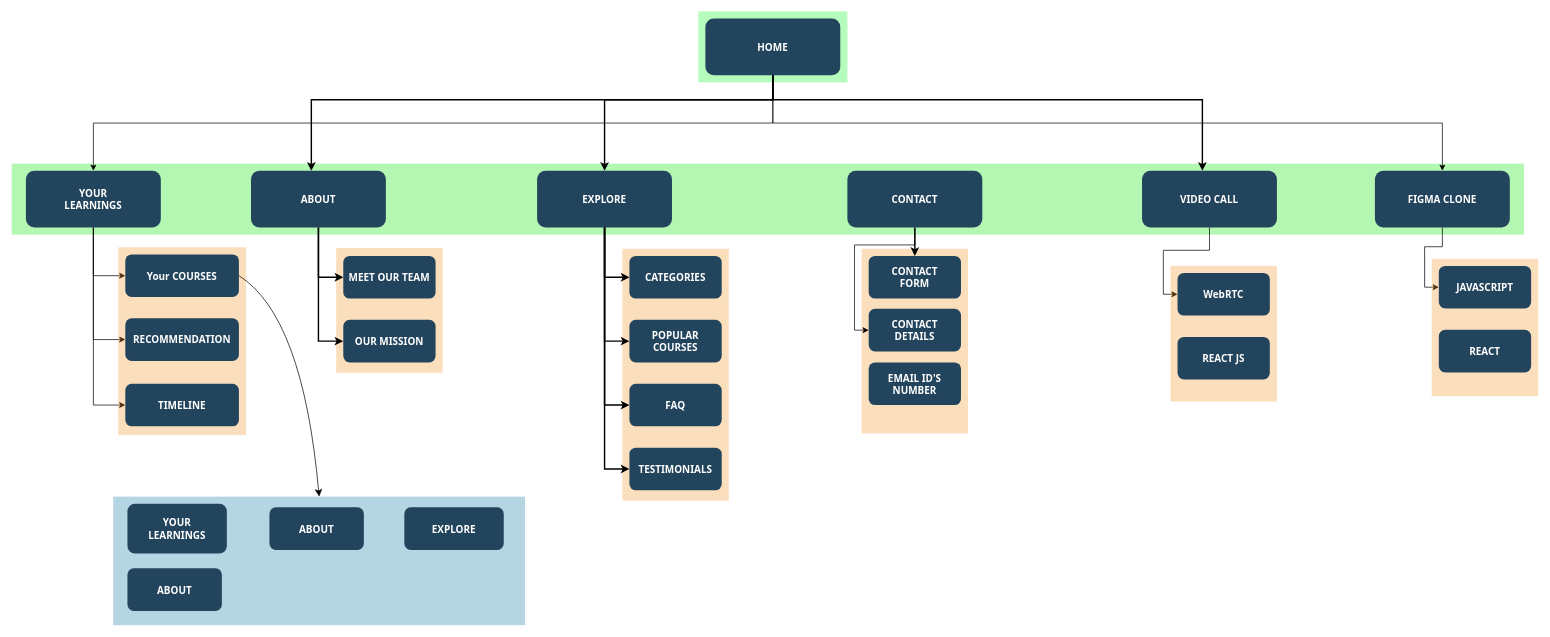
Above: Sitemap.drawio in ayush-ranjan07/DynamiX (draw.io), before the change. Source tidied: cells renumbered, new cells numbered last; positions are measured from the earlier drawing's top-left corner, leaving out a move shared by most shapes. Both pictures are drawn from the tidied source at 71%, with x=0, y=0 at pixel (11, 11).
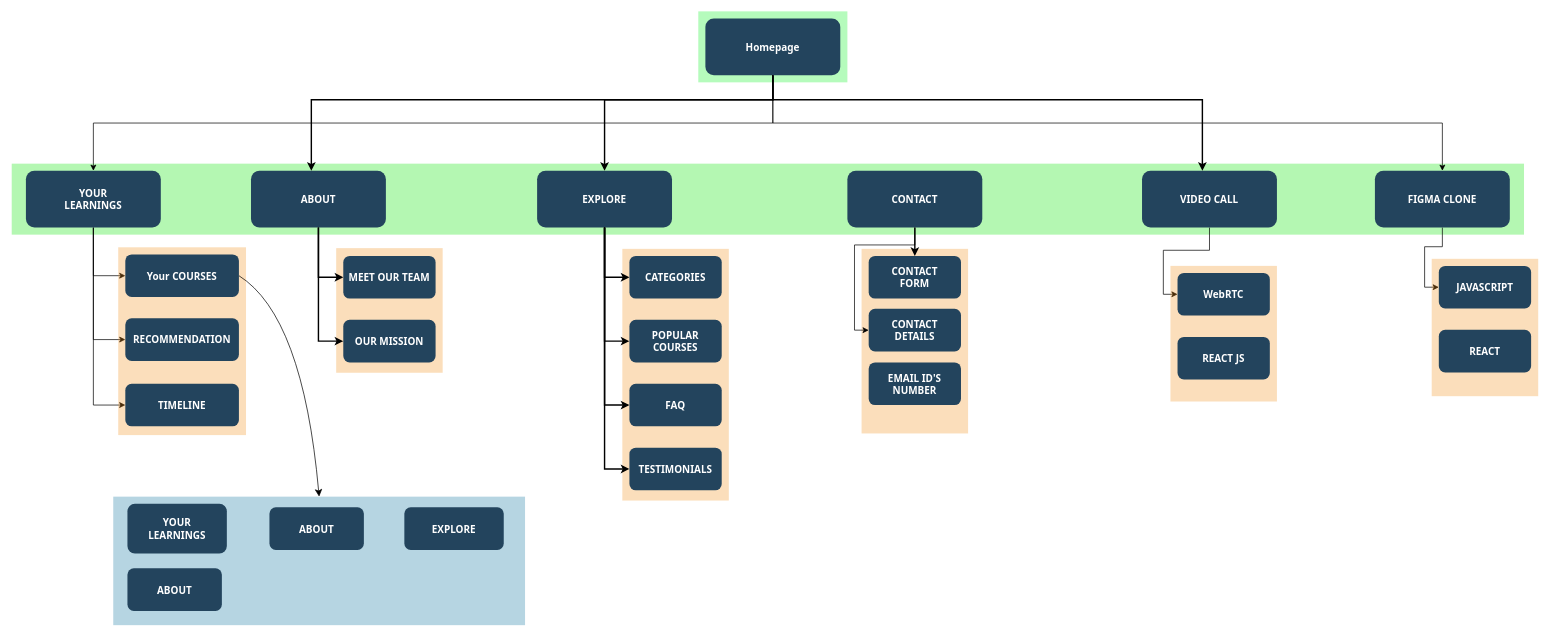
The same page after the edit.

Change to the diagram source:
```diff
@@
-    <mxCell id="8" value="HOME" style="rounded=1;fillColor=#23445D;gradientColor=none;strokeColor=none;fontColor=#FFFFFF;fontStyle=1;fontFamily=Tahoma;fontSize=14;" parent="1" vertex="1">
+    <mxCell id="8" value="Homepage" style="rounded=1;fillColor=#23445D;gradientColor=none;strokeColor=none;fontColor=#FFFFFF;fontStyle=1;fontFamily=Tahoma;fontSize=14;" parent="1" vertex="1">
       <mxGeometry x="977" y="9.5" width="190" height="80" as="geometry" />
     </mxCell>
```
